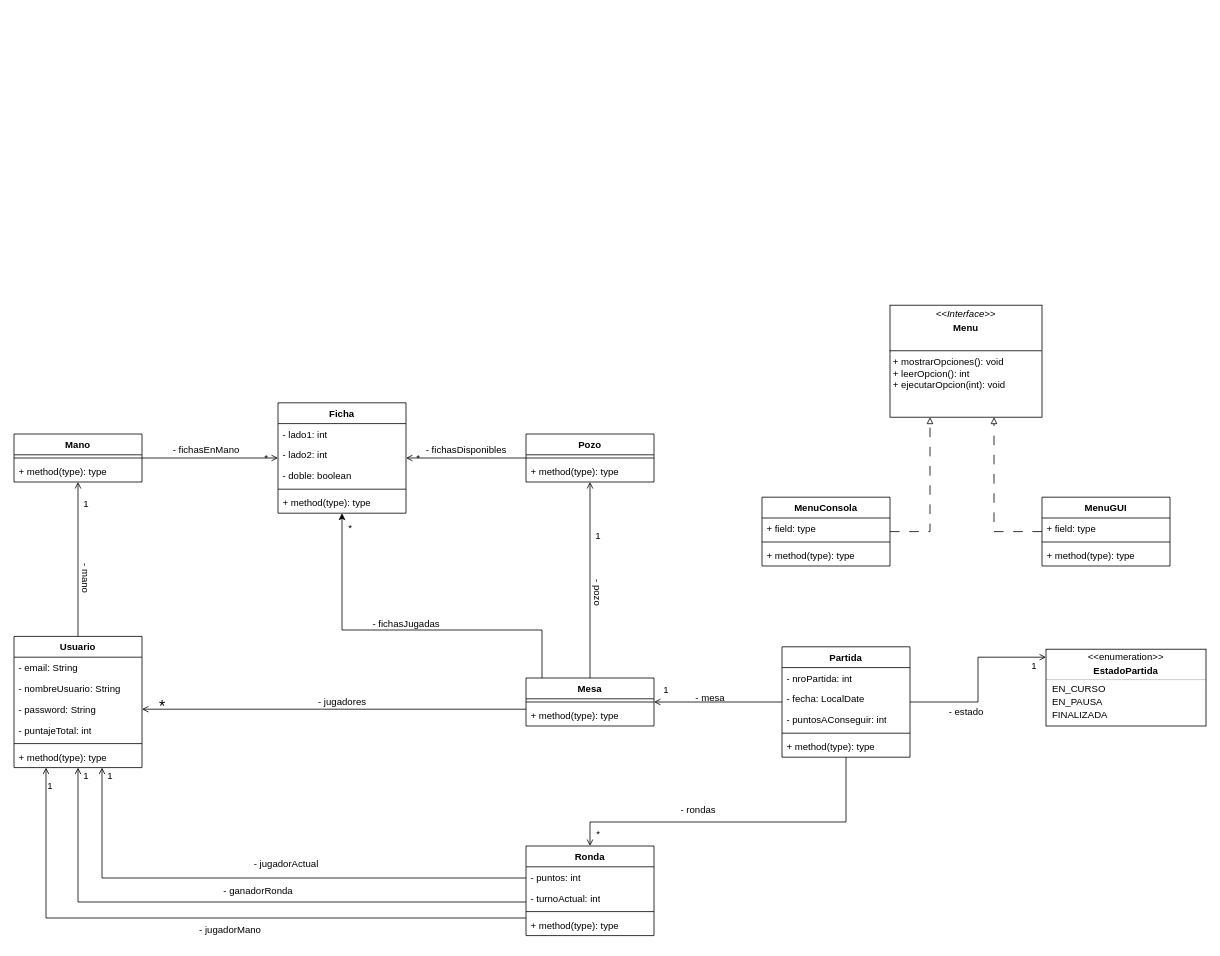
This is ModeloUML/TrabajoFinalPOO-DOMINO.drawio from RenzoBisso/TrabajoFinalPOO-DOMINO, a draw.io file, before an edit. Source tidied: cells renumbered, new cells numbered last; positions are measured from the earlier drawing's top-left corner, leaving out a move shared by most shapes. Both pictures are drawn from the tidied source at 80%, with x=0, y=0 at pixel (14, 305).
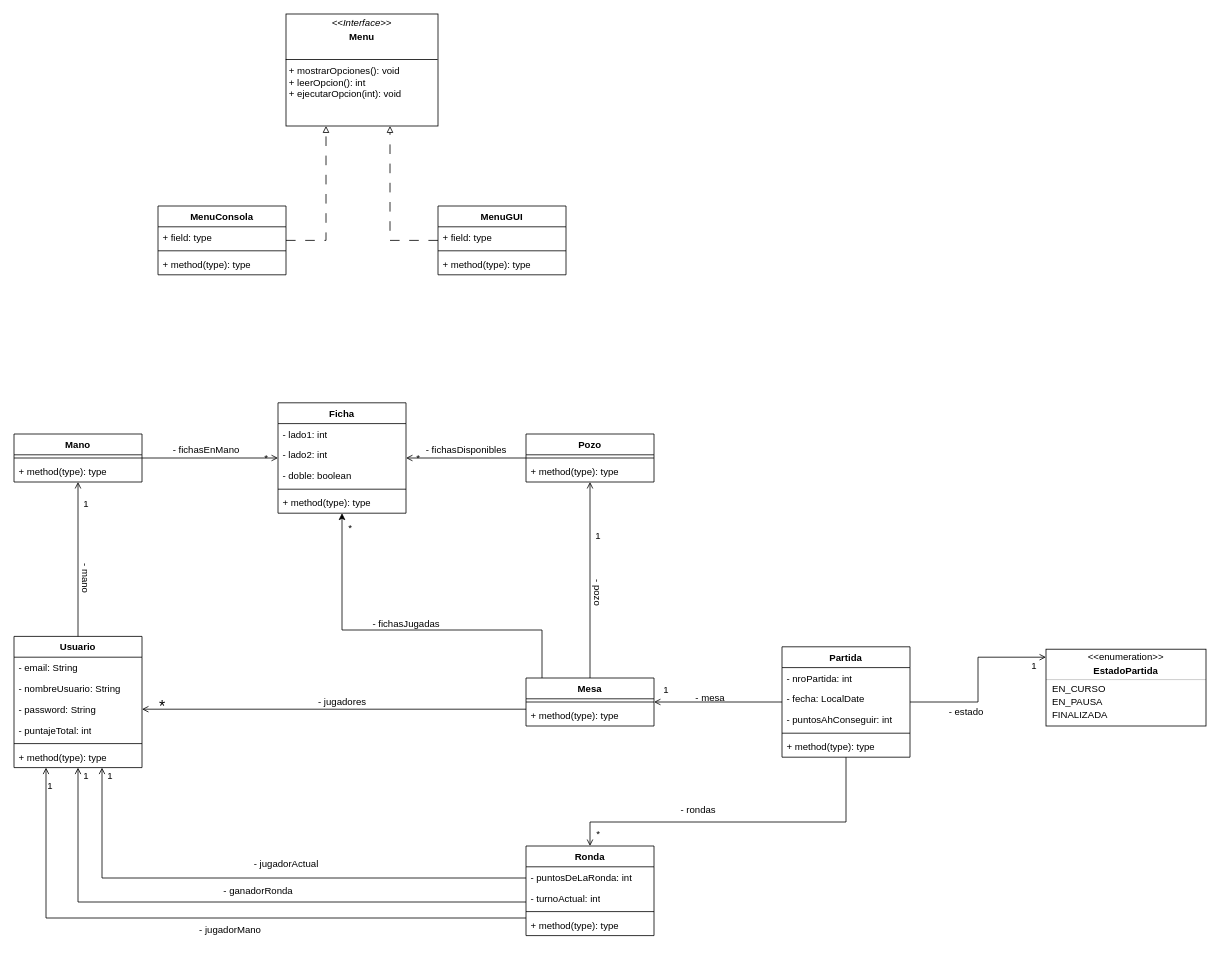
The same diagram, later.

Unchanged cells that the change refers to:
```xml
<mxCell id="18" value="Ronda" style="swimlane;fontStyle=1;align=center;verticalAlign=top;horizontal=1;startSize=26;whiteSpace=wrap;html=1;" parent="1" vertex="1">
  <mxGeometry x="640" y="676" width="160" height="112" as="geometry" />
</mxCell>
<mxCell id="53" value="Partida" style="swimlane;fontStyle=1;align=center;verticalAlign=top;horizontal=1;startSize=26;whiteSpace=wrap;html=1;" parent="1" vertex="1">
  <mxGeometry x="960" y="427" width="160" height="138" as="geometry" />
</mxCell>
```

Change to the diagram source:
```diff
@@
-    <mxCell id="19" value="- puntos: int" style="text;strokeColor=none;fillColor=none;align=left;verticalAlign=top;spacingLeft=4;spacingRight=4;overflow=hidden;whiteSpace=wrap;html=1;" parent="18" vertex="1">
+    <mxCell id="19" value="- puntosDeLaRonda: int" style="text;strokeColor=none;fillColor=none;align=left;verticalAlign=top;spacingLeft=4;spacingRight=4;overflow=hidden;whiteSpace=wrap;html=1;" parent="18" vertex="1">
       <mxGeometry y="26" width="160" height="26" as="geometry" />
     </mxCell>
@@
-    <mxCell id="56" value="- puntosAConseguir: int" style="text;strokeColor=none;fillColor=none;align=left;verticalAlign=top;spacingLeft=4;spacingRight=4;overflow=hidden;whiteSpace=wrap;html=1;" parent="53" vertex="1">
+    <mxCell id="56" value="- puntosAhConseguir: int" style="text;strokeColor=none;fillColor=none;align=left;verticalAlign=top;spacingLeft=4;spacingRight=4;overflow=hidden;whiteSpace=wrap;html=1;" parent="53" vertex="1">
       <mxGeometry y="78" width="160" height="26" as="geometry" />
     </mxCell>
@@
     <mxCell id="79" style="edgeStyle=orthogonalEdgeStyle;rounded=0;jettySize=auto;html=1;dashed=1;dashPattern=12 12;endArrow=block;endFill=0;" parent="1" edge="1" source="80" target="89">
       <mxGeometry relative="1" as="geometry">
         <Array as="points">
-          <mxPoint x="1145" y="283" />
+          <mxPoint x="390" y="-81" />
         </Array>
       </mxGeometry>
     </mxCell>
     <mxCell id="80" value="MenuConsola" style="swimlane;fontStyle=1;align=center;verticalAlign=top;horizontal=1;startSize=26;whiteSpace=wrap;html=1;" parent="1" vertex="1">
-      <mxGeometry x="935" y="240" width="160" height="86" as="geometry" />
+      <mxGeometry x="180" y="-124" width="160" height="86" as="geometry" />
     </mxCell>
@@
     <mxCell id="84" style="edgeStyle=orthogonalEdgeStyle;rounded=0;jettySize=auto;html=1;endArrow=block;endFill=0;dashed=1;dashPattern=12 12;" parent="1" edge="1" source="85" target="89">
       <mxGeometry relative="1" as="geometry">
         <Array as="points">
-          <mxPoint x="1225" y="283" />
+          <mxPoint x="470" y="-81" />
         </Array>
       </mxGeometry>
     </mxCell>
     <mxCell id="85" value="MenuGUI" style="swimlane;fontStyle=1;align=center;verticalAlign=top;horizontal=1;startSize=26;whiteSpace=wrap;html=1;" parent="1" vertex="1">
-      <mxGeometry x="1285" y="240" width="160" height="86" as="geometry" />
+      <mxGeometry x="530" y="-124" width="160" height="86" as="geometry" />
     </mxCell>
@@
     <mxCell id="89" value="&lt;p style=&quot;margin:0px;margin-top:4px;text-align:center;&quot;&gt;&lt;i&gt;&amp;lt;&amp;lt;Interface&amp;gt;&amp;gt;&lt;/i&gt;&lt;/p&gt;&lt;p style=&quot;margin:0px;margin-top:4px;text-align:center;&quot;&gt;&lt;b style=&quot;&quot;&gt;Menu&lt;/b&gt;&lt;br&gt;&lt;/p&gt;&lt;p style=&quot;margin:0px;margin-left:4px;&quot;&gt;&lt;br&gt;&lt;/p&gt;&lt;hr size=&quot;1&quot; style=&quot;border-style:solid;&quot;&gt;&lt;p style=&quot;margin:0px;margin-left:4px;&quot;&gt;+ mostrarOpciones(): void&lt;/p&gt;&lt;p style=&quot;margin:0px;margin-left:4px;&quot;&gt;+ leerOpcion(): int&lt;/p&gt;&lt;p style=&quot;margin:0px;margin-left:4px;&quot;&gt;+ ejecutarOpcion(int): void&lt;/p&gt;" style="verticalAlign=top;align=left;overflow=fill;html=1;whiteSpace=wrap;" parent="1" vertex="1">
-      <mxGeometry x="1095" width="190" height="140" as="geometry" />
+      <mxGeometry x="340" y="-364" width="190" height="140" as="geometry" />
     </mxCell>
```
